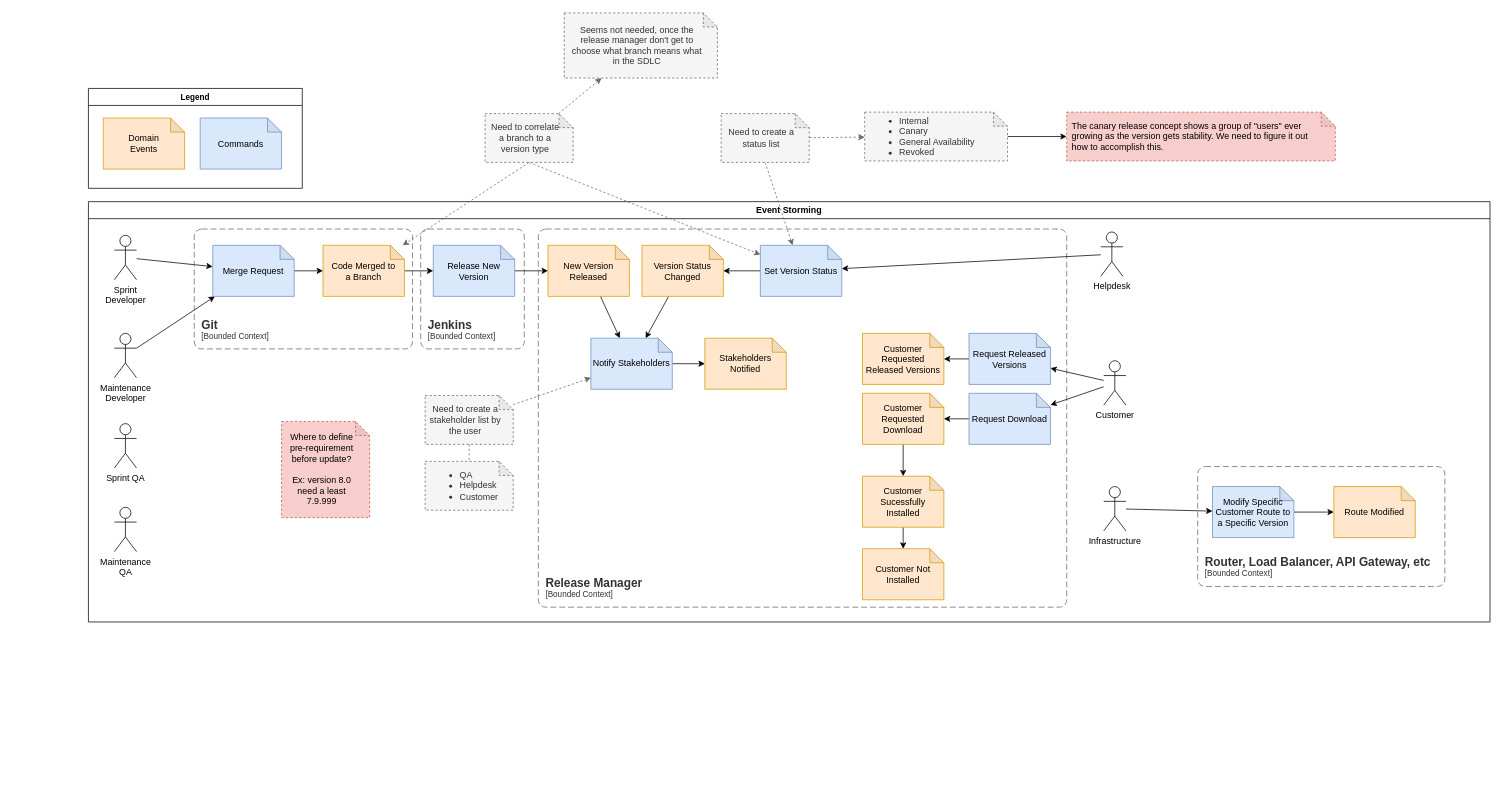
The draw.io diagram docs/release-manager.drawio in release-manager-2023/concurso-intersystems-2023, before the edit. Source tidied: cells renumbered, new cells numbered last; positions are measured from the earlier drawing's top-left corner, leaving out a move shared by most shapes. Both pictures are drawn from the tidied source at 74%, with x=0, y=0 at pixel (88, 13).
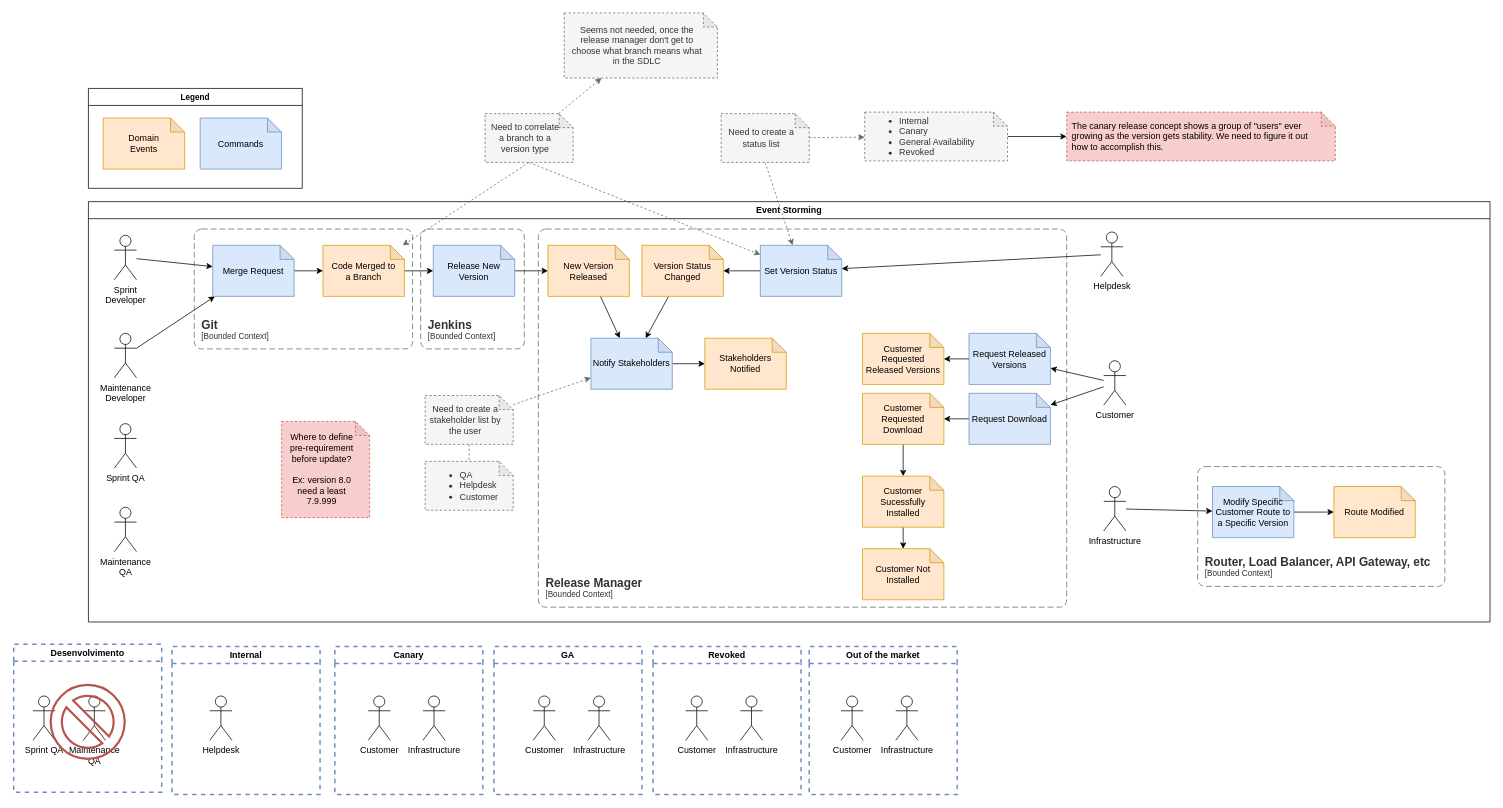
The same diagram, later.

What changed in the source:
```diff
@@
+    <mxCell id="67" value="Internal" style="swimlane;whiteSpace=wrap;html=1;dashed=1;strokeWidth=2;fillColor=none;strokeColor=#6c8ebf;" parent="1" vertex="1">
+      <mxGeometry x="113" y="856" width="200" height="200" as="geometry" />
+    </mxCell>
+    <mxCell id="68" value="Helpdesk" style="shape=umlActor;verticalLabelPosition=bottom;verticalAlign=top;html=1;" parent="67" vertex="1">
+      <mxGeometry x="51" y="67" width="30" height="60" as="geometry" />
+    </mxCell>
+    <mxCell id="69" value="Canary" style="swimlane;whiteSpace=wrap;html=1;dashed=1;strokeWidth=2;fillColor=none;strokeColor=#6c8ebf;" parent="1" vertex="1">
+      <mxGeometry x="333" y="856" width="200" height="200" as="geometry" />
+    </mxCell>
+    <mxCell id="70" value="Customer" style="shape=umlActor;verticalLabelPosition=bottom;verticalAlign=top;html=1;" parent="69" vertex="1">
+      <mxGeometry x="45" y="67" width="30" height="60" as="geometry" />
+    </mxCell>
+    <mxCell id="71" value="Infrastructure" style="shape=umlActor;verticalLabelPosition=bottom;verticalAlign=top;html=1;" parent="69" vertex="1">
+      <mxGeometry x="119" y="67" width="30" height="60" as="geometry" />
+    </mxCell>
+    <mxCell id="72" value="GA" style="swimlane;whiteSpace=wrap;html=1;dashed=1;strokeWidth=2;fillColor=none;strokeColor=#6c8ebf;" parent="1" vertex="1">
+      <mxGeometry x="548" y="856" width="200" height="200" as="geometry" />
+    </mxCell>
+    <mxCell id="73" value="Customer" style="shape=umlActor;verticalLabelPosition=bottom;verticalAlign=top;html=1;" parent="72" vertex="1">
+      <mxGeometry x="53" y="67" width="30" height="60" as="geometry" />
+    </mxCell>
+    <mxCell id="74" value="Infrastructure" style="shape=umlActor;verticalLabelPosition=bottom;verticalAlign=top;html=1;" parent="72" vertex="1">
+      <mxGeometry x="127" y="67" width="30" height="60" as="geometry" />
+    </mxCell>
+    <mxCell id="75" value="Revoked" style="swimlane;whiteSpace=wrap;html=1;dashed=1;strokeWidth=2;fillColor=none;strokeColor=#6c8ebf;" parent="1" vertex="1">
+      <mxGeometry x="763" y="856" width="200" height="200" as="geometry" />
+    </mxCell>
+    <mxCell id="76" value="Customer" style="shape=umlActor;verticalLabelPosition=bottom;verticalAlign=top;html=1;" parent="75" vertex="1">
+      <mxGeometry x="44" y="67" width="30" height="60" as="geometry" />
+    </mxCell>
+    <mxCell id="77" value="Infrastructure" style="shape=umlActor;verticalLabelPosition=bottom;verticalAlign=top;html=1;" parent="75" vertex="1">
+      <mxGeometry x="118" y="67" width="30" height="60" as="geometry" />
+    </mxCell>
+    <mxCell id="78" value="Out of the market" style="swimlane;whiteSpace=wrap;html=1;dashed=1;strokeWidth=2;fillColor=none;strokeColor=#6c8ebf;" parent="1" vertex="1">
+      <mxGeometry x="974" y="856" width="200" height="200" as="geometry" />
+    </mxCell>
+    <mxCell id="79" value="Customer" style="shape=umlActor;verticalLabelPosition=bottom;verticalAlign=top;html=1;" parent="78" vertex="1">
+      <mxGeometry x="43" y="67" width="30" height="60" as="geometry" />
+    </mxCell>
+    <mxCell id="80" value="Infrastructure" style="shape=umlActor;verticalLabelPosition=bottom;verticalAlign=top;html=1;" parent="78" vertex="1">
+      <mxGeometry x="117" y="67" width="30" height="60" as="geometry" />
+    </mxCell>
+    <mxCell id="81" value="Desenvolvimento" style="swimlane;whiteSpace=wrap;html=1;dashed=1;strokeWidth=2;fillColor=none;strokeColor=#6c8ebf;" parent="1" vertex="1">
+      <mxGeometry x="-101" y="853" width="200" height="200" as="geometry" />
+    </mxCell>
+    <mxCell id="82" value="Sprint QA" style="shape=umlActor;verticalLabelPosition=bottom;verticalAlign=top;html=1;" parent="81" vertex="1">
+      <mxGeometry x="26" y="70" width="30" height="60" as="geometry" />
+    </mxCell>
+    <mxCell id="83" value="Maintenance&lt;br&gt;QA" style="shape=umlActor;verticalLabelPosition=bottom;verticalAlign=top;html=1;" parent="81" vertex="1">
+      <mxGeometry x="94" y="70" width="30" height="60" as="geometry" />
+    </mxCell>
+    <mxCell id="84" style="verticalLabelPosition=bottom;verticalAlign=top;html=1;shape=mxgraph.basic.no_symbol;fillColor=none;strokeColor=#b85450;strokeWidth=3;" parent="81" vertex="1">
+      <mxGeometry x="50" y="55" width="100" height="100" as="geometry" />
+    </mxCell>
```
